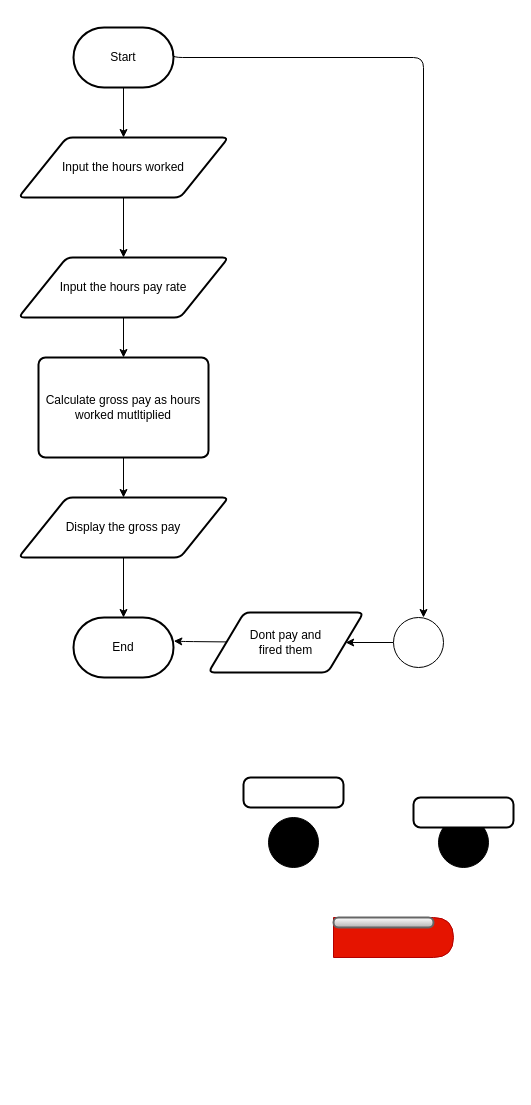
Before: Draw IO L01/pay.drawio in Sonparun/Sonparun, a draw.io diagram. Source tidied: cells renumbered, new cells numbered last; positions are measured from the earlier drawing's top-left corner, leaving out a move shared by most shapes. Both pictures are drawn from the tidied source at 100%, with x=0, y=0 at pixel (18, 27).
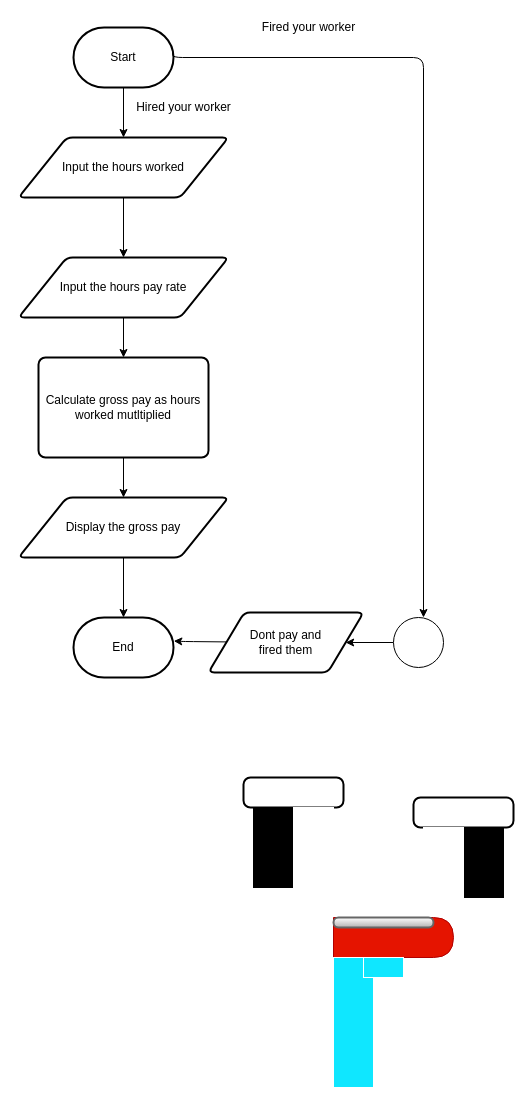
The same page after the edit.

Change to the diagram source:
```diff
@@
-    <mxCell id="21" style="rounded=1;whiteSpace=wrap;html=1;absoluteArcSize=1;arcSize=14;strokeWidth=2;" parent="1" vertex="1">
-      <mxGeometry x="395" y="770" width="100" height="30" as="geometry" />
-    </mxCell>
@@
+    <mxCell id="24" value="Hired your worker" style="text;html=1;align=center;verticalAlign=middle;strokeColor=none;fillColor=none;" parent="1" vertex="1">
+      <mxGeometry x="110" y="70" width="110" height="20" as="geometry" />
+    </mxCell>
+    <mxCell id="25" value="Fired your worker" style="text;html=1;align=center;verticalAlign=middle;strokeColor=none;fillColor=none;" parent="1" vertex="1">
+      <mxGeometry x="235" y="-10" width="110" height="20" as="geometry" />
+    </mxCell>
+    <mxCell id="26" style="whiteSpace=wrap;html=1;fillColor=#000000;" parent="1" vertex="1">
+      <mxGeometry x="235" y="780" width="80" height="80" as="geometry" />
+    </mxCell>
+    <mxCell id="27" style="whiteSpace=wrap;html=1;fillColor=#000000;" parent="1" vertex="1">
+      <mxGeometry x="405" y="790" width="80" height="80" as="geometry" />
+    </mxCell>
+    <mxCell id="21" style="rounded=1;whiteSpace=wrap;html=1;absoluteArcSize=1;arcSize=14;strokeWidth=2;" parent="1" vertex="1">
+      <mxGeometry x="395" y="770" width="100" height="30" as="geometry" />
+    </mxCell>
+    <mxCell id="28" style="rounded=0;whiteSpace=wrap;html=1;fillColor=#FFFFFF;strokeColor=#FFFFFF;" parent="1" vertex="1">
+      <mxGeometry x="275" y="780" width="40" height="80" as="geometry" />
+    </mxCell>
+    <mxCell id="29" style="rounded=0;whiteSpace=wrap;html=1;fillColor=#FFFFFF;strokeColor=#FFFFFF;" parent="1" vertex="1">
+      <mxGeometry x="405" y="800" width="40" height="70" as="geometry" />
+    </mxCell>
+    <mxCell id="30" style="rounded=0;whiteSpace=wrap;html=1;fillColor=#0FE7FF;strokeColor=#FFFFFF;" parent="1" vertex="1">
+      <mxGeometry x="315" y="930" width="40" height="130" as="geometry" />
+    </mxCell>
+    <mxCell id="31" style="rounded=0;whiteSpace=wrap;html=1;fillColor=#0FE7FF;strokeColor=#FFFFFF;" parent="1" vertex="1">
+      <mxGeometry x="345" y="930" width="40" height="20" as="geometry" />
+    </mxCell>
```
